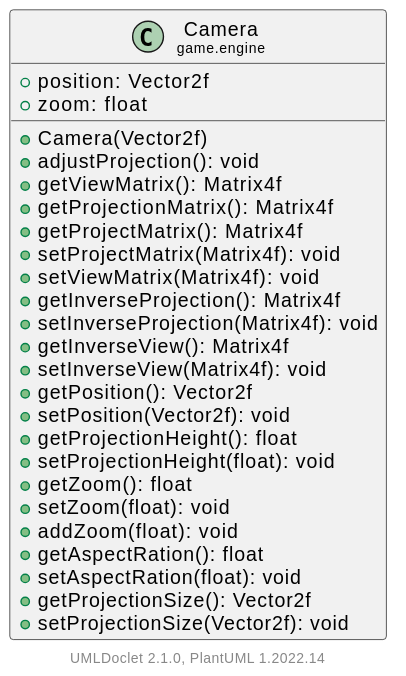
Above: doc/javadoc/game/engine/Camera.svg in Hirschiii/JavaGameEngine (PlantUML), before the change.
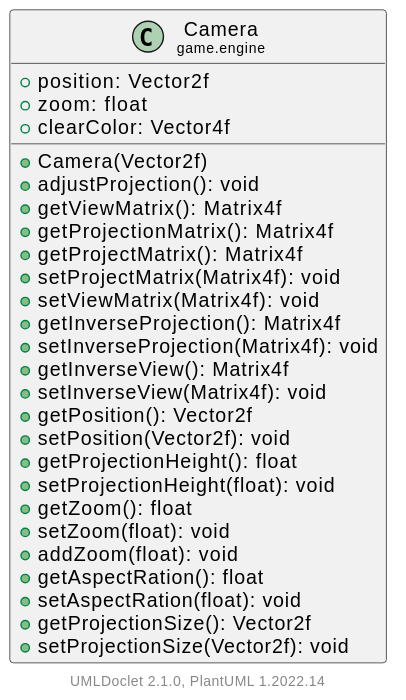
The same diagram one commit later.

Diff of the diagram source:
```diff
@@ -6,6 +6,7 @@
     class "<size:14>Camera\n<size:10>game.engine" as game.engine.Camera [[Camera.html]] {
         +position: Vector2f
         +zoom: float
+        +clearColor: Vector4f
         +Camera(Vector2f)
         +adjustProjection(): void
         +getViewMatrix(): Matrix4f
```
